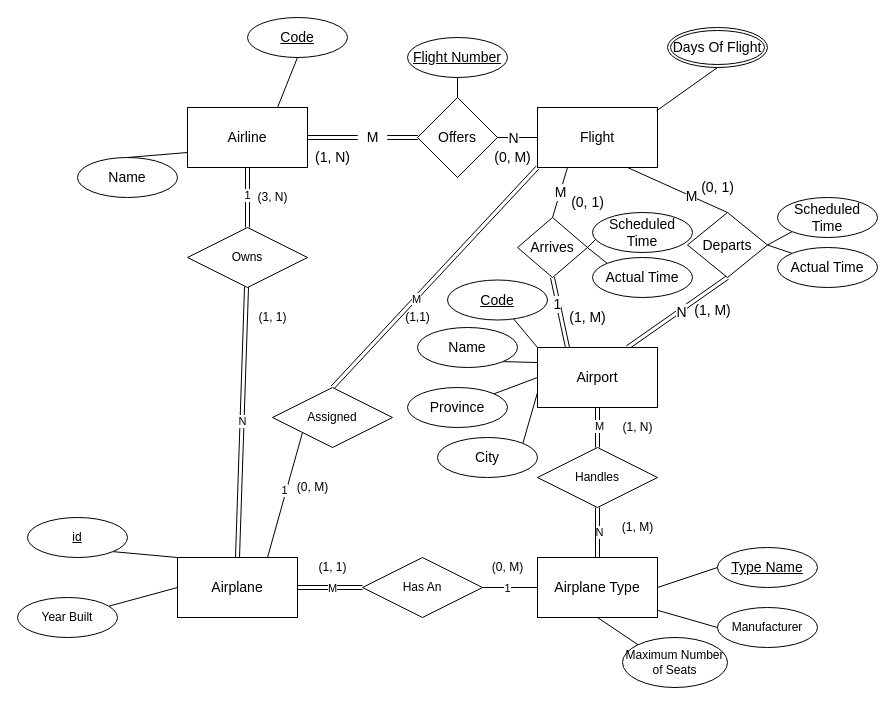
Above: diagrams/AirlineDatabase.drawio in danielGoldsteinCS2021/AirlineDatabase-ER-Diagram (draw.io), before the change. Source tidied: cells renumbered, new cells numbered last; positions are measured from the earlier drawing's top-left corner, leaving out a move shared by most shapes. Both pictures are drawn from the tidied source at 100%, with x=0, y=0 at pixel (17, 17).
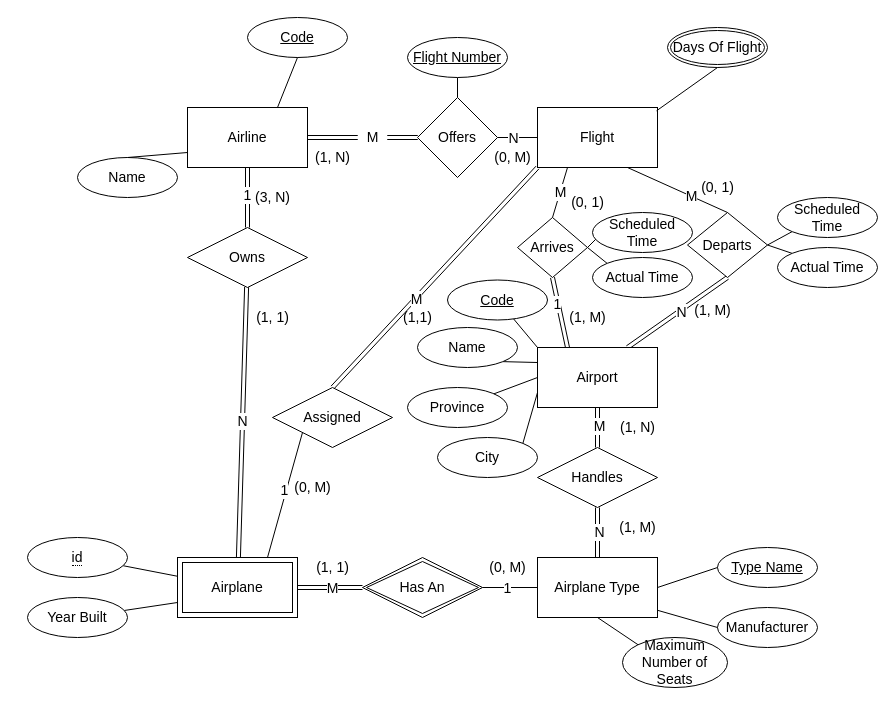
Above is the later version.

Unchanged cells that the change refers to:
```xml
<mxCell id="4" value="Airline" style="whiteSpace=wrap;html=1;align=center;fontSize=14;" parent="1" vertex="1">
  <mxGeometry x="170" y="90" width="120" height="60" as="geometry" />
</mxCell>
<mxCell id="15" value="Flight" style="whiteSpace=wrap;html=1;align=center;fontSize=14;" parent="1" vertex="1">
  <mxGeometry x="520" y="90" width="120" height="60" as="geometry" />
</mxCell>
<mxCell id="40" value="Airport" style="whiteSpace=wrap;html=1;align=center;fontSize=14;" parent="1" vertex="1">
  <mxGeometry x="520" y="330" width="120" height="60" as="geometry" />
</mxCell>
<mxCell id="56" value="Airplane Type" style="whiteSpace=wrap;html=1;align=center;fontSize=14;" parent="1" vertex="1">
  <mxGeometry x="520" y="540" width="120" height="60" as="geometry" />
</mxCell>
```

Diff of the diagram source:
```diff
@@
-    <mxCell id="2" style="edgeStyle=none;shape=link;rounded=0;jettySize=auto;html=1;" parent="1" edge="1" source="4" target="71">
+    <mxCell id="2" style="edgeStyle=none;shape=link;rounded=0;jettySize=auto;html=1;fontSize=14;" parent="1" edge="1" source="4" target="71">
       <mxGeometry relative="1" as="geometry" />
     </mxCell>
-    <mxCell id="3" value="1" style="edgeLabel;html=1;align=center;verticalAlign=middle;" parent="2" vertex="1">
+    <mxCell id="3" value="1" style="edgeLabel;html=1;align=center;verticalAlign=middle;fontSize=14;" parent="2" vertex="1">
       <mxGeometry x="-0.09" y="-1" relative="1" as="geometry" />
     </mxCell>
@@
-    <mxCell id="5" value="&lt;div&gt;Name&lt;/div&gt;" style="ellipse;whiteSpace=wrap;html=1;align=center;fontSize=14;" parent="1" vertex="1">
+    <mxCell id="5" value="&lt;div style=&quot;font-size: 14px;&quot;&gt;Name&lt;/div&gt;" style="ellipse;whiteSpace=wrap;html=1;align=center;fontSize=14;" parent="1" vertex="1">
       <mxGeometry x="60" y="140" width="100" height="40" as="geometry" />
     </mxCell>
@@
-    <mxCell id="11" value="&lt;div&gt;Offers&lt;/div&gt;" style="rhombus;whiteSpace=wrap;html=1;fontSize=14;" parent="1" vertex="1">
+    <mxCell id="11" value="&lt;div style=&quot;font-size: 14px;&quot;&gt;Offers&lt;/div&gt;" style="rhombus;whiteSpace=wrap;html=1;fontSize=14;" parent="1" vertex="1">
       <mxGeometry x="400" y="80" width="80" height="80" as="geometry" />
     </mxCell>
@@
-    <mxCell id="13" style="edgeStyle=none;shape=link;rounded=0;jettySize=auto;html=1;exitX=0;exitY=1;exitDx=0;exitDy=0;endArrow=none;endFill=0;entryX=0.5;entryY=0;entryDx=0;entryDy=0;" parent="1" edge="1" source="15" target="88">
+    <mxCell id="13" style="edgeStyle=none;shape=link;rounded=0;jettySize=auto;html=1;exitX=0;exitY=1;exitDx=0;exitDy=0;endArrow=none;endFill=0;entryX=0.5;entryY=0;entryDx=0;entryDy=0;fontSize=14;" parent="1" edge="1" source="15" target="88">
       <mxGeometry relative="1" as="geometry" />
     </mxCell>
-    <mxCell id="14" value="M" style="edgeLabel;html=1;align=center;verticalAlign=middle;" parent="13" vertex="1">
+    <mxCell id="14" value="M" style="edgeLabel;html=1;align=center;verticalAlign=middle;fontSize=14;" parent="13" vertex="1">
       <mxGeometry x="0.19" y="1" relative="1" as="geometry" />
     </mxCell>
@@
-    <mxCell id="32" style="edgeStyle=none;rounded=0;jettySize=auto;html=1;endArrow=none;endFill=0;" parent="1" edge="1" source="33" target="11">
+    <mxCell id="32" style="edgeStyle=none;rounded=0;jettySize=auto;html=1;endArrow=none;endFill=0;fontSize=14;" parent="1" edge="1" source="33" target="11">
       <mxGeometry relative="1" as="geometry" />
     </mxCell>
-    <mxCell id="33" value="&lt;u&gt;Flight Number&lt;/u&gt;" style="ellipse;whiteSpace=wrap;html=1;align=center;fontSize=14;" parent="1" vertex="1">
+    <mxCell id="33" value="&lt;u style=&quot;font-size: 14px;&quot;&gt;Flight Number&lt;/u&gt;" style="ellipse;whiteSpace=wrap;html=1;align=center;fontSize=14;" parent="1" vertex="1">
       <mxGeometry x="390" y="20" width="100" height="40" as="geometry" />
     </mxCell>
@@
-    <mxCell id="49" value="&lt;div&gt;City&lt;/div&gt;" style="ellipse;whiteSpace=wrap;html=1;align=center;fontSize=14;" parent="1" vertex="1">
+    <mxCell id="49" value="&lt;div style=&quot;font-size: 14px;&quot;&gt;City&lt;/div&gt;" style="ellipse;whiteSpace=wrap;html=1;align=center;fontSize=14;" parent="1" vertex="1">
       <mxGeometry x="420" y="420" width="100" height="40" as="geometry" />
     </mxCell>
@@
-    <mxCell id="59" value="Maximum Number of Seats" style="ellipse;whiteSpace=wrap;html=1;align=center;" parent="1" vertex="1">
+    <mxCell id="59" value="Maximum Number of Seats" style="ellipse;whiteSpace=wrap;html=1;align=center;fontSize=14;" parent="1" vertex="1">
       <mxGeometry x="605" y="620" width="105" height="50" as="geometry" />
     </mxCell>
-    <mxCell id="60" value="Manufacturer" style="ellipse;whiteSpace=wrap;html=1;align=center;" parent="1" vertex="1">
+    <mxCell id="60" value="Manufacturer" style="ellipse;whiteSpace=wrap;html=1;align=center;fontSize=14;" parent="1" vertex="1">
       <mxGeometry x="700" y="590" width="100" height="40" as="geometry" />
     </mxCell>
-    <mxCell id="61" style="endArrow=none;html=1;rounded=0;exitX=0;exitY=0.5;exitDx=0;exitDy=0;entryX=1.004;entryY=0.882;entryDx=0;entryDy=0;entryPerimeter=0;" parent="1" edge="1" source="60" target="56">
+    <mxCell id="61" style="endArrow=none;html=1;rounded=0;exitX=0;exitY=0.5;exitDx=0;exitDy=0;entryX=1.004;entryY=0.882;entryDx=0;entryDy=0;entryPerimeter=0;fontSize=14;" parent="1" edge="1" source="60" target="56">
       <mxGeometry relative="1" as="geometry" />
     </mxCell>
-    <mxCell id="62" style="endArrow=none;html=1;rounded=0;exitX=0;exitY=0;exitDx=0;exitDy=0;entryX=0.5;entryY=1;entryDx=0;entryDy=0;" parent="1" edge="1" source="59" target="56">
+    <mxCell id="62" style="endArrow=none;html=1;rounded=0;exitX=0;exitY=0;exitDx=0;exitDy=0;entryX=0.5;entryY=1;entryDx=0;entryDy=0;fontSize=14;" parent="1" edge="1" source="59" target="56">
       <mxGeometry relative="1" as="geometry" />
     </mxCell>
-    <mxCell id="63" value="Handles" style="shape=rhombus;perimeter=rhombusPerimeter;whiteSpace=wrap;html=1;align=center;" parent="1" vertex="1">
+    <mxCell id="63" value="Handles" style="shape=rhombus;perimeter=rhombusPerimeter;whiteSpace=wrap;html=1;align=center;fontSize=14;" parent="1" vertex="1">
       <mxGeometry x="520" y="430" width="120" height="60" as="geometry" />
     </mxCell>
-    <mxCell id="64" style="endArrow=none;html=1;rounded=0;exitX=0.5;exitY=0;exitDx=0;exitDy=0;entryX=0.5;entryY=1;entryDx=0;entryDy=0;shape=link;" parent="1" edge="1" source="56" target="63">
+    <mxCell id="64" style="endArrow=none;html=1;rounded=0;exitX=0.5;exitY=0;exitDx=0;exitDy=0;entryX=0.5;entryY=1;entryDx=0;entryDy=0;shape=link;fontSize=14;" parent="1" edge="1" source="56" target="63">
       <mxGeometry relative="1" as="geometry" />
     </mxCell>
-    <mxCell id="65" value="N" style="edgeLabel;html=1;align=center;verticalAlign=middle;" parent="64" vertex="1">
+    <mxCell id="65" value="N" style="edgeLabel;html=1;align=center;verticalAlign=middle;fontSize=14;" parent="64" vertex="1">
       <mxGeometry x="0.05" y="-1" relative="1" as="geometry" />
     </mxCell>
-    <mxCell id="66" style="endArrow=none;html=1;rounded=0;exitX=0.5;exitY=1;exitDx=0;exitDy=0;entryX=0.5;entryY=0;entryDx=0;entryDy=0;shape=link;" parent="1" edge="1" source="40" target="63">
+    <mxCell id="66" style="endArrow=none;html=1;rounded=0;exitX=0.5;exitY=1;exitDx=0;exitDy=0;entryX=0.5;entryY=0;entryDx=0;entryDy=0;shape=link;fontSize=14;" parent="1" edge="1" source="40" target="63">
       <mxGeometry relative="1" as="geometry" />
     </mxCell>
-    <mxCell id="67" value="M" style="edgeLabel;html=1;align=center;verticalAlign=middle;" parent="66" vertex="1">
+    <mxCell id="67" value="M" style="edgeLabel;html=1;align=center;verticalAlign=middle;fontSize=14;" parent="66" vertex="1">
       <mxGeometry x="-0.12" y="1" relative="1" as="geometry" />
     </mxCell>
-    <mxCell id="68" value="(1, N)" style="text;html=1;align=center;verticalAlign=middle;" parent="1" vertex="1">
+    <mxCell id="68" value="(1, N)" style="text;html=1;align=center;verticalAlign=middle;fontSize=14;" parent="1" vertex="1">
       <mxGeometry x="595" y="400" width="50" height="20" as="geometry" />
     </mxCell>
-    <mxCell id="69" value="(1, M)" style="text;html=1;align=center;verticalAlign=middle;" parent="1" vertex="1">
+    <mxCell id="69" value="(1, M)" style="text;html=1;align=center;verticalAlign=middle;fontSize=14;" parent="1" vertex="1">
       <mxGeometry x="595" y="500" width="50" height="20" as="geometry" />
     </mxCell>
-    <mxCell id="70" value="N" style="edgeStyle=none;shape=link;rounded=0;jettySize=auto;html=1;entryX=0.5;entryY=0;entryDx=0;entryDy=0;" parent="1" edge="1" source="71" target="80">
+    <mxCell id="70" value="N" style="edgeStyle=none;shape=link;rounded=0;jettySize=auto;html=1;fontSize=14;" parent="1" edge="1" source="71" target="80">
       <mxGeometry relative="1" as="geometry" />
     </mxCell>
-    <mxCell id="71" value="&lt;div&gt;Owns&lt;/div&gt;" style="shape=rhombus;perimeter=rhombusPerimeter;whiteSpace=wrap;html=1;align=center;strokeColor=#000000;" parent="1" vertex="1">
+    <mxCell id="71" value="&lt;div style=&quot;font-size: 14px;&quot;&gt;Owns&lt;/div&gt;" style="shape=rhombus;perimeter=rhombusPerimeter;whiteSpace=wrap;html=1;align=center;strokeColor=#000000;fontSize=14;" parent="1" vertex="1">
       <mxGeometry x="170" y="210" width="120" height="60" as="geometry" />
     </mxCell>
-    <mxCell id="72" value="(3, N)" style="text;html=1;align=center;verticalAlign=middle;" parent="1" vertex="1">
+    <mxCell id="72" value="(3, N)" style="text;html=1;align=center;verticalAlign=middle;fontSize=14;" parent="1" vertex="1">
       <mxGeometry x="230" y="170" width="50" height="20" as="geometry" />
     </mxCell>
-    <mxCell id="73" value="(1, 1)" style="text;html=1;align=center;verticalAlign=middle;" parent="1" vertex="1">
-      <mxGeometry x="235" y="290" width="40" height="20" as="geometry" />
+    <mxCell id="73" value="(1, 1)" style="text;html=1;align=center;verticalAlign=middle;fontSize=14;" parent="1" vertex="1">
+      <mxGeometry x="230" y="290" width="50" height="20" as="geometry" />
     </mxCell>
-    <mxCell id="74" style="edgeStyle=none;rounded=0;jettySize=auto;html=1;exitX=1;exitY=1;exitDx=0;exitDy=0;entryX=0;entryY=0;entryDx=0;entryDy=0;endArrow=none;endFill=0;" parent="1" edge="1" source="75" target="80">
-      <mxGeometry relative="1" as="geometry" />
-    </mxCell>
-    <mxCell id="75" value="id" style="ellipse;whiteSpace=wrap;html=1;align=center;fontStyle=4;strokeColor=#000000;" parent="1" vertex="1">
-      <mxGeometry x="10" y="500" width="100" height="40" as="geometry" />
-    </mxCell>
-    <mxCell id="76" style="edgeStyle=none;rounded=0;jettySize=auto;html=1;endArrow=none;endFill=0;entryX=0;entryY=0.5;entryDx=0;entryDy=0;" parent="1" edge="1" source="77" target="80">
+    <mxCell id="76" style="edgeStyle=none;rounded=0;jettySize=auto;html=1;endArrow=none;endFill=0;entryX=0;entryY=0.75;entryDx=0;entryDy=0;fontSize=14;" parent="1" edge="1" source="77" target="80">
       <mxGeometry relative="1" as="geometry" />
     </mxCell>
-    <mxCell id="77" value="Year Built" style="ellipse;whiteSpace=wrap;html=1;align=center;strokeColor=#000000;" parent="1" vertex="1">
-      <mxGeometry y="580" width="100" height="40" as="geometry" />
+    <mxCell id="77" value="Year Built" style="ellipse;whiteSpace=wrap;html=1;align=center;strokeColor=#000000;fontSize=14;" parent="1" vertex="1">
+      <mxGeometry x="10" y="580" width="100" height="40" as="geometry" />
     </mxCell>
-    <mxCell id="78" style="edgeStyle=none;rounded=0;jettySize=auto;html=1;endArrow=none;endFill=0;shape=link;" parent="1" edge="1" source="80" target="83">
+    <mxCell id="78" style="edgeStyle=none;rounded=0;jettySize=auto;html=1;endArrow=none;endFill=0;shape=link;exitX=1;exitY=0.5;exitDx=0;exitDy=0;fontSize=14;entryX=0;entryY=0.5;entryDx=0;entryDy=0;" parent="1" edge="1" source="80" target="83">
       <mxGeometry relative="1" as="geometry" />
     </mxCell>
-    <mxCell id="79" value="M" style="edgeLabel;html=1;align=center;verticalAlign=middle;" parent="78" vertex="1">
+    <mxCell id="79" value="M" style="edgeLabel;html=1;align=center;verticalAlign=middle;fontSize=14;" parent="78" vertex="1">
       <mxGeometry x="0.07" y="-4" relative="1" as="geometry">
         <mxPoint x="-0.2" y="-4" as="offset" />
       </mxGeometry>
     </mxCell>
-    <mxCell id="80" value="Airplane" style="whiteSpace=wrap;html=1;align=center;fontSize=14;" parent="1" vertex="1">
-      <mxGeometry x="160" y="540" width="120" height="60" as="geometry" />
-    </mxCell>
-    <mxCell id="81" style="edgeStyle=none;rounded=0;jettySize=auto;html=1;endArrow=none;endFill=0;" parent="1" edge="1" source="83" target="56">
+    <mxCell id="81" style="edgeStyle=none;rounded=0;jettySize=auto;html=1;endArrow=none;endFill=0;fontSize=14;exitX=1;exitY=0.5;exitDx=0;exitDy=0;" parent="1" edge="1" source="83" target="56">
       <mxGeometry relative="1" as="geometry" />
     </mxCell>
-    <mxCell id="82" value="1" style="edgeLabel;html=1;align=center;verticalAlign=middle;" parent="81" vertex="1">
+    <mxCell id="82" value="1" style="edgeLabel;html=1;align=center;verticalAlign=middle;fontSize=14;" parent="81" vertex="1">
       <mxGeometry x="-0.11" relative="1" as="geometry" />
     </mxCell>
-    <mxCell id="83" value="Has An" style="shape=rhombus;perimeter=rhombusPerimeter;whiteSpace=wrap;html=1;align=center;strokeColor=#000000;" parent="1" vertex="1">
-      <mxGeometry x="345" y="540" width="120" height="60" as="geometry" />
-    </mxCell>
-    <mxCell id="84" value="(1, 1)" style="text;html=1;align=center;verticalAlign=middle;" parent="1" vertex="1">
-      <mxGeometry x="295" y="540" width="40" height="20" as="geometry" />
+    <mxCell id="84" value="(1, 1)" style="text;html=1;align=center;verticalAlign=middle;fontSize=14;" parent="1" vertex="1">
+      <mxGeometry x="290" y="540" width="50" height="20" as="geometry" />
     </mxCell>
-    <mxCell id="85" value="(0, M)" style="text;html=1;align=center;verticalAlign=middle;" parent="1" vertex="1">
+    <mxCell id="85" value="(0, M)" style="text;html=1;align=center;verticalAlign=middle;fontSize=14;" parent="1" vertex="1">
       <mxGeometry x="465" y="540" width="50" height="20" as="geometry" />
     </mxCell>
-    <mxCell id="86" style="edgeStyle=none;rounded=0;jettySize=auto;html=1;exitX=0;exitY=1;exitDx=0;exitDy=0;entryX=0.75;entryY=0;entryDx=0;entryDy=0;endArrow=none;endFill=0;" parent="1" edge="1" source="88" target="80">
+    <mxCell id="86" style="edgeStyle=none;rounded=0;jettySize=auto;html=1;exitX=0;exitY=1;exitDx=0;exitDy=0;entryX=0.75;entryY=0;entryDx=0;entryDy=0;endArrow=none;endFill=0;fontSize=14;" parent="1" edge="1" source="88" target="80">
       <mxGeometry relative="1" as="geometry" />
     </mxCell>
-    <mxCell id="87" value="1" style="edgeLabel;html=1;align=center;verticalAlign=middle;" parent="86" vertex="1">
+    <mxCell id="87" value="1" style="edgeLabel;html=1;align=center;verticalAlign=middle;fontSize=14;" parent="86" vertex="1">
       <mxGeometry x="-0.08" y="-2" relative="1" as="geometry" />
     </mxCell>
-    <mxCell id="88" value="Assigned" style="shape=rhombus;perimeter=rhombusPerimeter;whiteSpace=wrap;html=1;align=center;strokeColor=#000000;" parent="1" vertex="1">
+    <mxCell id="88" value="Assigned" style="shape=rhombus;perimeter=rhombusPerimeter;whiteSpace=wrap;html=1;align=center;strokeColor=#000000;fontSize=14;" parent="1" vertex="1">
       <mxGeometry x="255" y="370" width="120" height="60" as="geometry" />
     </mxCell>
-    <mxCell id="89" value="(1,1)" style="text;html=1;align=center;verticalAlign=middle;" parent="1" vertex="1">
+    <mxCell id="89" value="(1,1)" style="text;html=1;align=center;verticalAlign=middle;fontSize=14;" parent="1" vertex="1">
       <mxGeometry x="380" y="290" width="40" height="20" as="geometry" />
     </mxCell>
-    <mxCell id="90" value="(0, M)" style="text;html=1;align=center;verticalAlign=middle;" parent="1" vertex="1">
+    <mxCell id="90" value="(0, M)" style="text;html=1;align=center;verticalAlign=middle;fontSize=14;" parent="1" vertex="1">
       <mxGeometry x="270" y="460" width="50" height="20" as="geometry" />
     </mxCell>
@@
+    <mxCell id="80" value="&lt;font style=&quot;font-size: 14px&quot;&gt;Airplane&lt;/font&gt;" style="shape=ext;margin=3;double=1;whiteSpace=wrap;html=1;align=center;strokeColor=#000000;fontSize=14;" parent="1" vertex="1">
+      <mxGeometry x="160" y="540" width="120" height="60" as="geometry" />
+    </mxCell>
+    <mxCell id="83" value="Has An" style="shape=rhombus;double=1;perimeter=rhombusPerimeter;whiteSpace=wrap;html=1;align=center;strokeColor=#000000;fontSize=14;" parent="1" vertex="1">
+      <mxGeometry x="345" y="540" width="120" height="60" as="geometry" />
+    </mxCell>
+    <mxCell id="74" style="edgeStyle=none;rounded=0;jettySize=auto;html=1;endArrow=none;endFill=0;fontSize=14;" parent="1" edge="1" source="75" target="80">
+      <mxGeometry relative="1" as="geometry" />
+    </mxCell>
+    <mxCell id="75" value="&lt;span style=&quot;border-bottom: 1px dotted&quot;&gt;id&lt;/span&gt;" style="ellipse;whiteSpace=wrap;html=1;align=center;strokeColor=#000000;fontSize=14;" parent="1" vertex="1">
+      <mxGeometry x="10" y="520" width="100" height="40" as="geometry" />
+    </mxCell>
```
